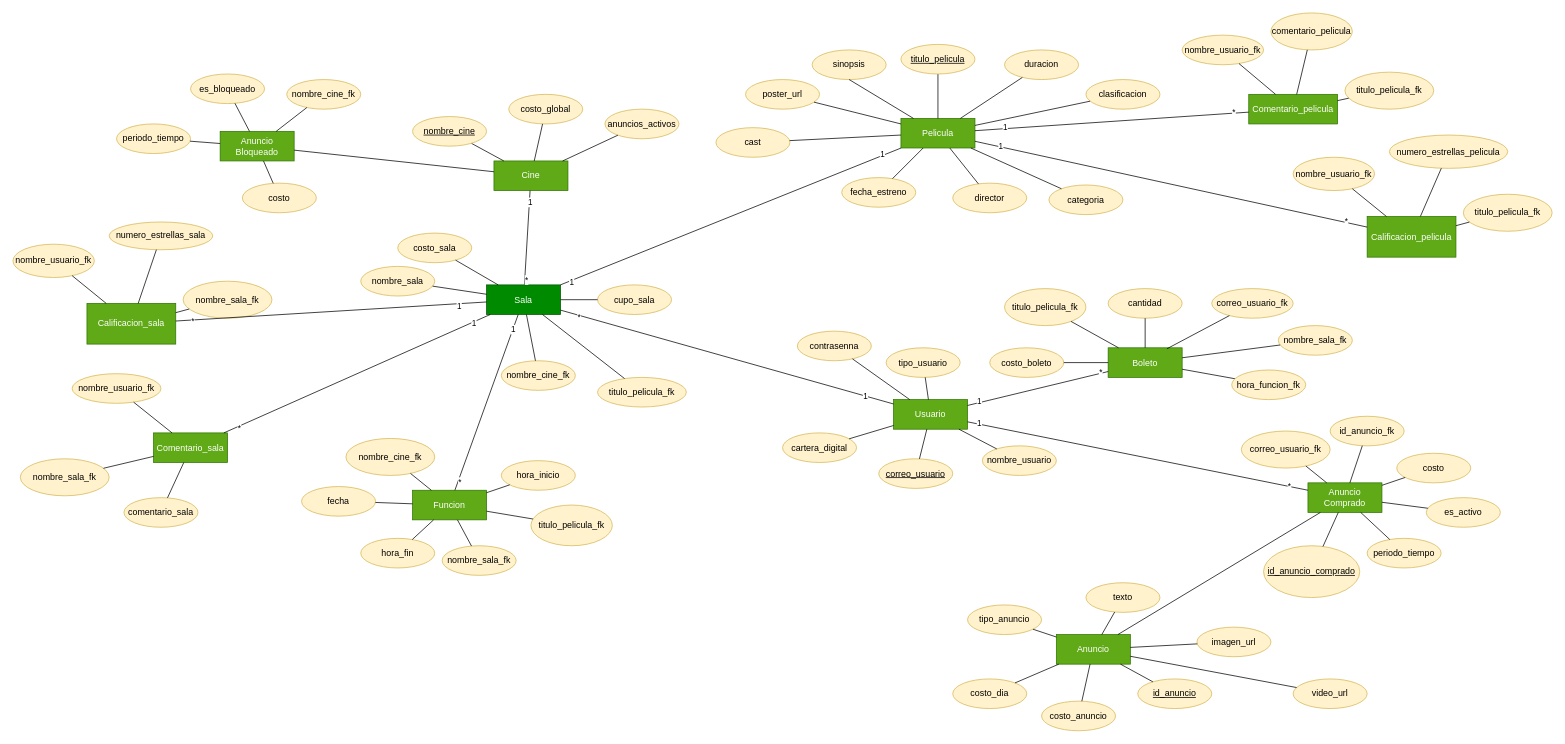
This is Diagrama Entidad Relacion Salas de cine.drawio from julioOv-1104/Proyecto_2_IPC2_JulioOvalle, a draw.io file, before an edit. Source tidied: cells renumbered, new cells numbered last; positions are measured from the earlier drawing's top-left corner, leaving out a move shared by most shapes. Both pictures are drawn from the tidied source at 74%, with x=0, y=0 at pixel (13, 13).
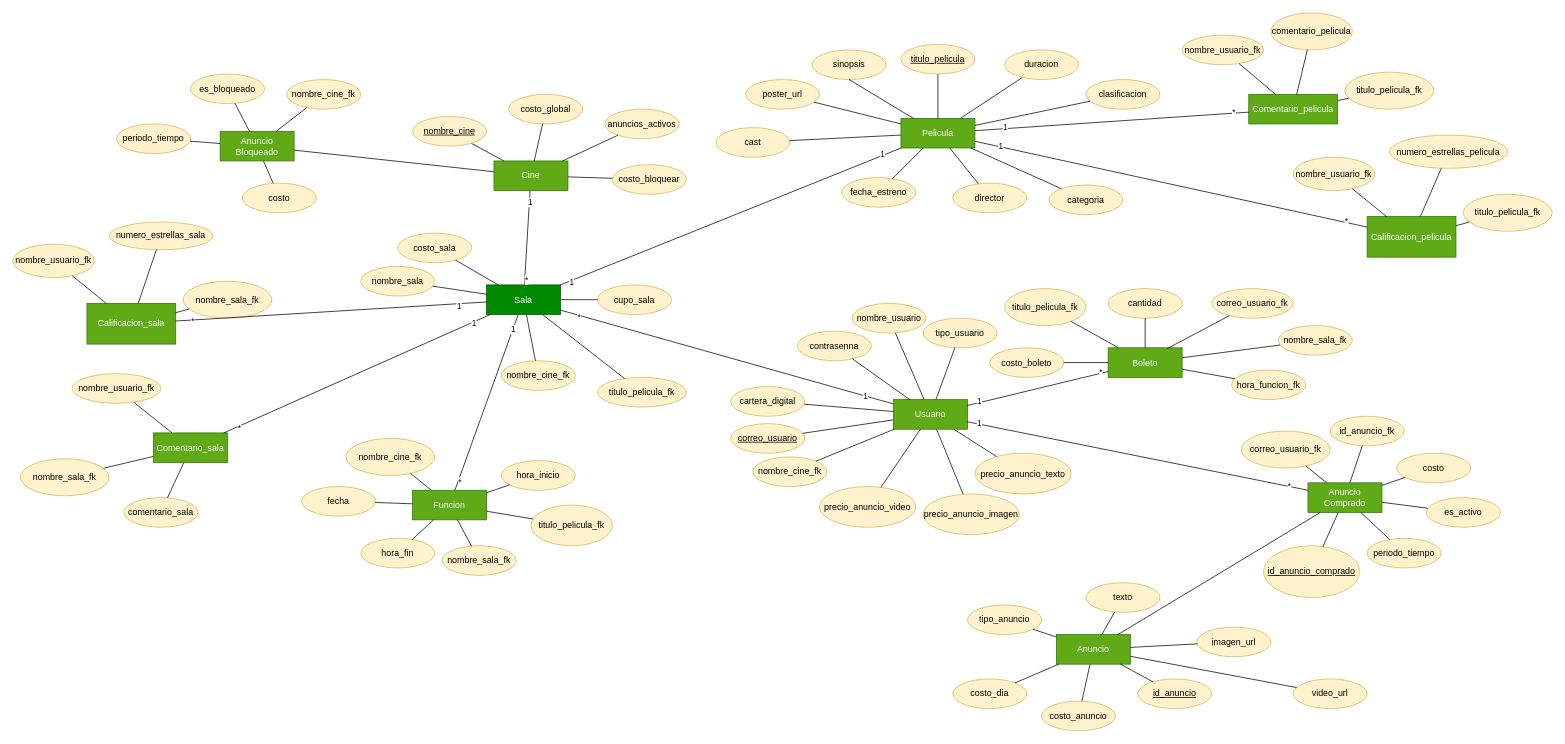
The same page after the edit.

Unchanged cells that the change refers to:
```xml
<mxCell id="2" value="Cine" style="whiteSpace=wrap;html=1;align=center;fillColor=#60a917;strokeColor=#2D7600;fontColor=#ffffff;" parent="1" vertex="1">
  <mxGeometry x="650" y="200" width="100" height="40" as="geometry" />
</mxCell>
<mxCell id="5" value="Usuario" style="whiteSpace=wrap;html=1;align=center;fillColor=#60a917;strokeColor=#2D7600;fontColor=#ffffff;" parent="1" vertex="1">
  <mxGeometry x="1190" y="522.5" width="100" height="40" as="geometry" />
</mxCell>
```

Change to the diagram source:
```diff
@@
     <mxCell id="22" value="nombre_usuario" style="ellipse;whiteSpace=wrap;html=1;align=center;fillColor=#fff2cc;strokeColor=#d6b656;" parent="1" vertex="1">
-      <mxGeometry x="1310" y="585" width="100" height="40" as="geometry" />
+      <mxGeometry x="1134" y="392.5" width="100" height="40" as="geometry" />
     </mxCell>
@@
     <mxCell id="24" value="tipo_usuario" style="ellipse;whiteSpace=wrap;html=1;align=center;fillColor=#fff2cc;strokeColor=#d6b656;" parent="1" vertex="1">
-      <mxGeometry x="1180" y="452.5" width="100" height="40" as="geometry" />
+      <mxGeometry x="1230" y="412.5" width="100" height="40" as="geometry" />
     </mxCell>
     <mxCell id="25" value="cartera_digital" style="ellipse;whiteSpace=wrap;html=1;align=center;fillColor=#fff2cc;strokeColor=#d6b656;" parent="1" vertex="1">
-      <mxGeometry x="1040" y="567.5" width="100" height="40" as="geometry" />
+      <mxGeometry x="970" y="505" width="100" height="40" as="geometry" />
     </mxCell>
@@
     <mxCell id="115" value="correo_usuario" style="ellipse;whiteSpace=wrap;html=1;align=center;fontStyle=4;fillColor=#fff2cc;strokeColor=#d6b656;" parent="1" vertex="1">
-      <mxGeometry x="1170" y="602.5" width="100" height="40" as="geometry" />
+      <mxGeometry x="970" y="555" width="100" height="40" as="geometry" />
     </mxCell>
@@
+    <mxCell id="173" value="costo_bloquear" style="ellipse;whiteSpace=wrap;html=1;align=center;fillColor=#fff2cc;strokeColor=#d6b656;" parent="1" vertex="1">
+      <mxGeometry x="810" y="205" width="100" height="40" as="geometry" />
+    </mxCell>
+    <mxCell id="174" style="endArrow=none;html=1;rounded=0;" parent="1" edge="1" source="2" target="173">
+      <mxGeometry relative="1" as="geometry" />
+    </mxCell>
+    <mxCell id="175" value="nombre_cine_fk" style="ellipse;whiteSpace=wrap;html=1;align=center;fillColor=#fff2cc;strokeColor=#d6b656;" parent="1" vertex="1">
+      <mxGeometry x="1000" y="600" width="100" height="40" as="geometry" />
+    </mxCell>
+    <mxCell id="176" style="endArrow=none;html=1;rounded=0;" parent="1" edge="1" source="175" target="5">
+      <mxGeometry relative="1" as="geometry" />
+    </mxCell>
+    <mxCell id="177" value="precio_anuncio_texto" style="ellipse;whiteSpace=wrap;html=1;align=center;fillColor=#fff2cc;strokeColor=#d6b656;" parent="1" vertex="1">
+      <mxGeometry x="1300" y="595" width="130" height="55" as="geometry" />
+    </mxCell>
+    <mxCell id="178" style="endArrow=none;html=1;rounded=0;" parent="1" edge="1" source="177" target="5">
+      <mxGeometry relative="1" as="geometry" />
+    </mxCell>
+    <mxCell id="179" value="precio_anuncio_video" style="ellipse;whiteSpace=wrap;html=1;align=center;fillColor=#fff2cc;strokeColor=#d6b656;" parent="1" vertex="1">
+      <mxGeometry x="1090" y="640" width="130" height="55" as="geometry" />
+    </mxCell>
+    <mxCell id="180" value="precio_anuncio_imagen" style="ellipse;whiteSpace=wrap;html=1;align=center;fillColor=#fff2cc;strokeColor=#d6b656;" parent="1" vertex="1">
+      <mxGeometry x="1230" y="650" width="130" height="55" as="geometry" />
+    </mxCell>
+    <mxCell id="181" style="endArrow=none;html=1;rounded=0;" parent="1" edge="1" source="179" target="5">
+      <mxGeometry relative="1" as="geometry" />
+    </mxCell>
+    <mxCell id="182" style="endArrow=none;html=1;rounded=0;" parent="1" edge="1" source="5" target="180">
+      <mxGeometry relative="1" as="geometry" />
+    </mxCell>
```
